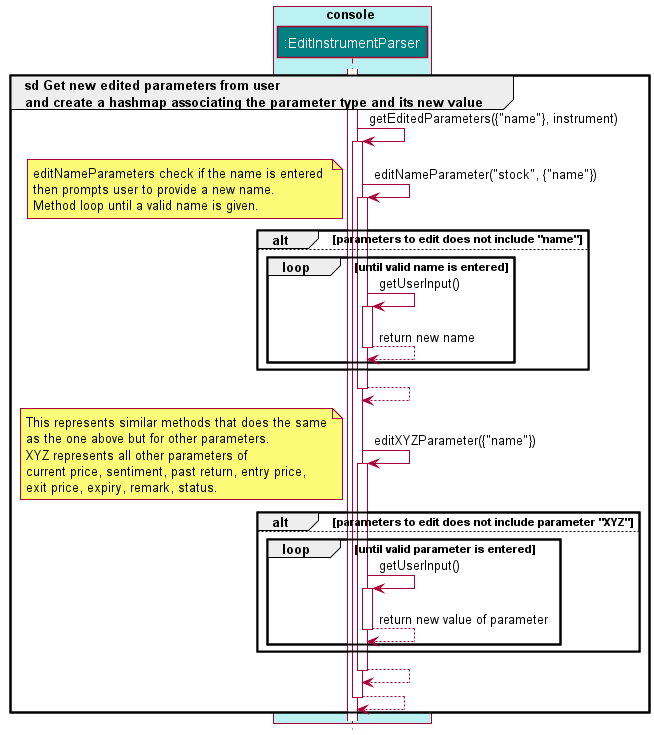
Before: docs/images/EditRefrence.png, a diagram exported from PlantUML (williamlamjy/mTracker).
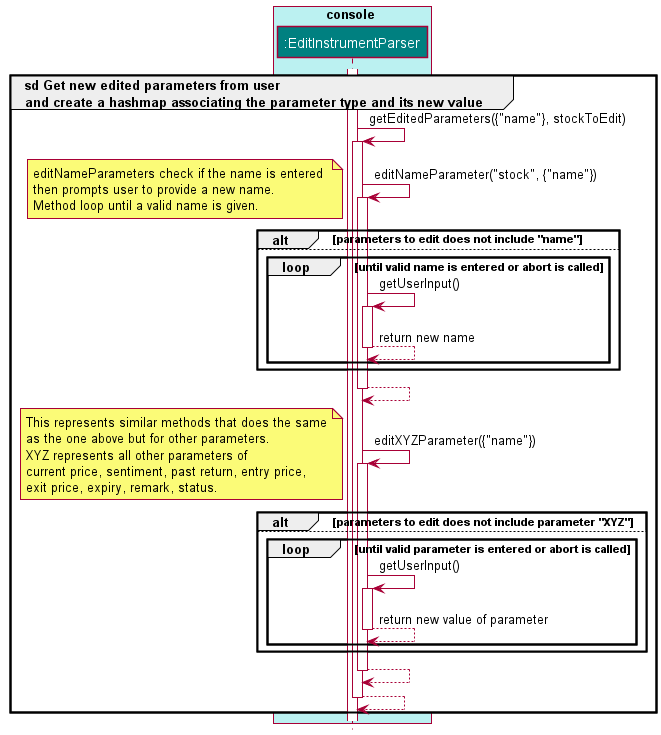
After the change.

The edit, as a diff of the source:
```diff
@@ -9,7 +9,7 @@
 
 activate EditInstrumentParser
 
-EditInstrumentParser -> EditInstrumentParser: getEditedParameters({"name"}, instrument)
+EditInstrumentParser -> EditInstrumentParser: getEditedParameters({"name"}, stockToEdit)
 activate EditInstrumentParser
 
 EditInstrumentParser -> EditInstrumentParser: editNameParameter("stock", {"name"})
@@ -18,7 +18,7 @@
 
 alt parameters to edit does not include "name"
 else
-loop until valid name is entered
+loop until valid name is entered or abort is called
 EditInstrumentParser -> EditInstrumentParser: getUserInput()
 activate EditInstrumentParser
 EditInstrumentParser --> EditInstrumentParser: return new name
@@ -35,7 +35,7 @@
 
 alt parameters to edit does not include parameter "XYZ"
 else
-loop until valid parameter is entered
+loop until valid parameter is entered or abort is called
 EditInstrumentParser -> EditInstrumentParser: getUserInput()
 activate EditInstrumentParser
 EditInstrumentParser --> EditInstrumentParser: return new value of parameter
```
